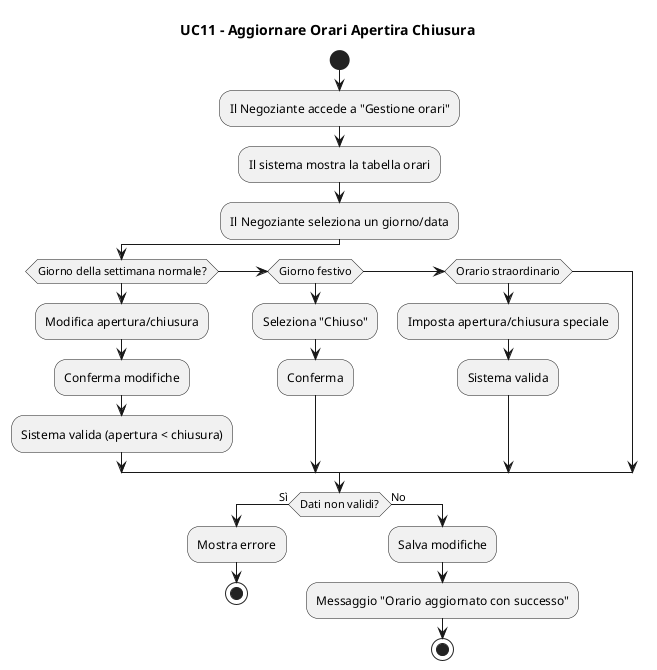
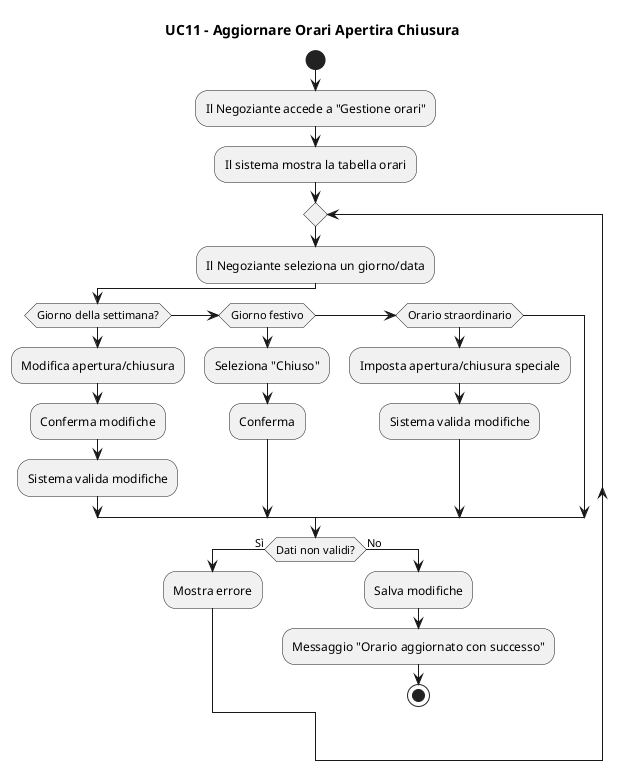
@startuml
title UC11 - Aggiornare Orari Apertira Chiusura
start
:Il Negoziante accede a "Gestione orari";
:Il sistema mostra la tabella orari;
- 
+ repeat
:Il Negoziante seleziona un giorno/data;

- if (Giorno della settimana normale?)
+ if (Giorno della settimana?)
  :Modifica apertura/chiusura;
  :Conferma modifiche;
-   :Sistema valida (apertura < chiusura);
+   :Sistema valida modifiche;
elseif (Giorno festivo)
  :Seleziona "Chiuso";
  :Conferma;
elseif (Orario straordinario)
  :Imposta apertura/chiusura speciale;
-   :Sistema valida;
+   :Sistema valida modifiche;
endif

if (Dati non validi?) then (Sì)
  :Mostra errore;
-   stop
else (No)
  :Salva modifiche;
  :Messaggio "Orario aggiornato con successo";
  stop
endif
@enduml